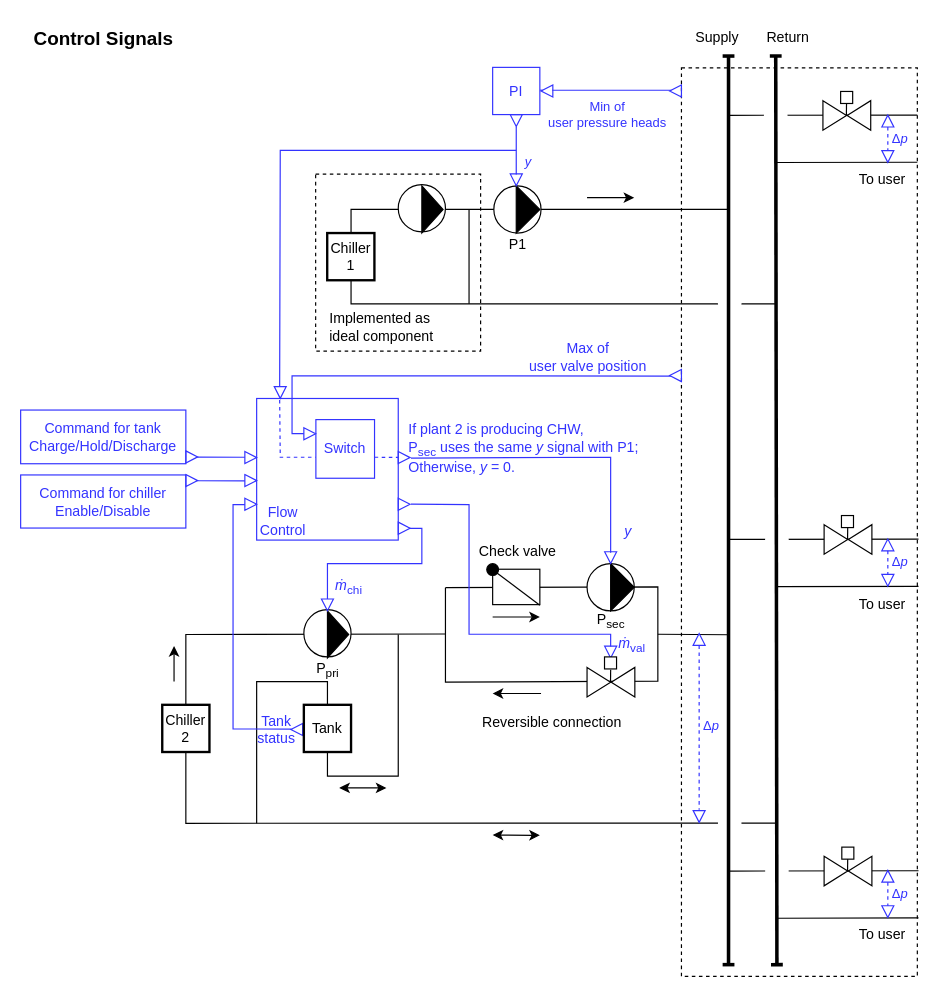
lbl-srg/modelica-buildings keeps this draw.io diagram as Buildings/Resources/Images/Experimental/DHC/Plants/Cooling/ControlSignals.drawio. Above is the earlier version. Source tidied: cells renumbered, new cells numbered last; positions are measured from the earlier drawing's top-left corner, leaving out a move shared by most shapes. Both pictures are drawn from the tidied source at 118%, with x=0, y=0 at pixel (20, 20).
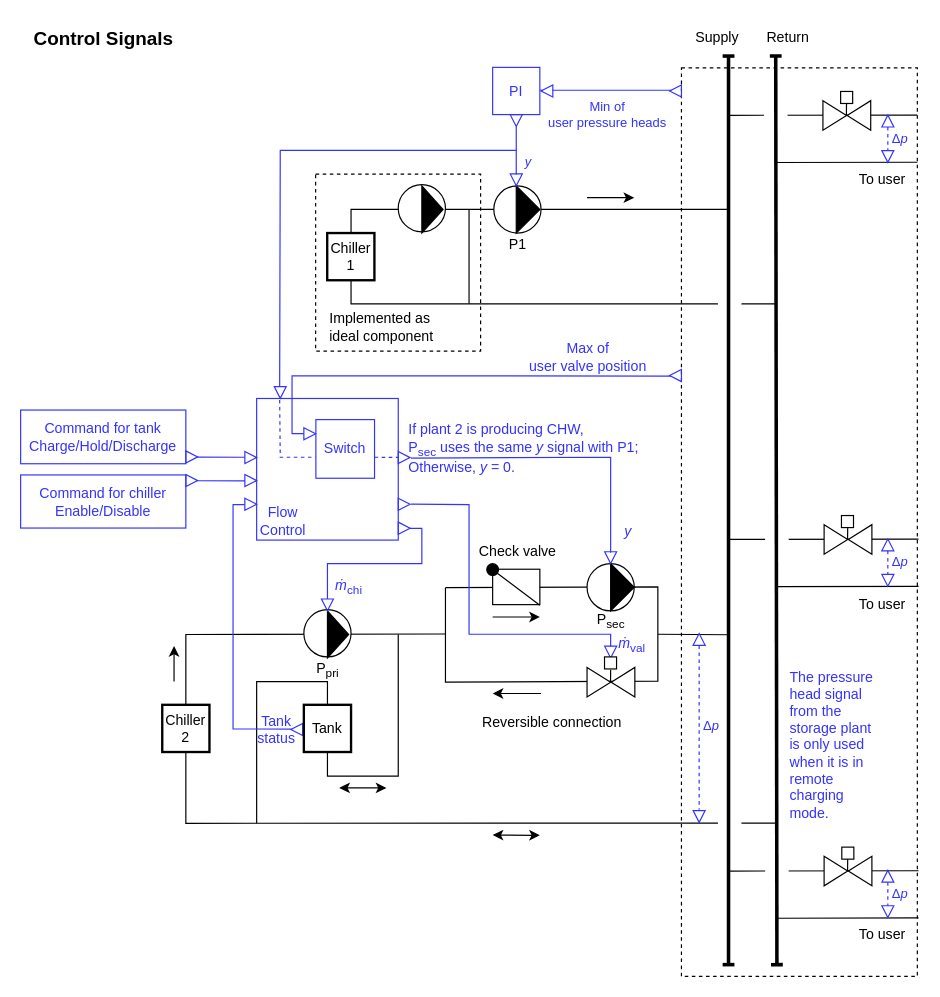
Above is the later version.

The edit, as a diff of the source:
```diff
@@
+    <mxCell id="129" value="The pressure head signal from the storage plant is only used when it is in remote charging mode." style="text;html=1;strokeColor=none;fillColor=none;align=left;verticalAlign=middle;whiteSpace=wrap;rounded=0;fontColor=#3333FF;" parent="1" vertex="1">
+      <mxGeometry x="649.9" y="544.3" width="80.1" height="140" as="geometry" />
+    </mxCell>
```
